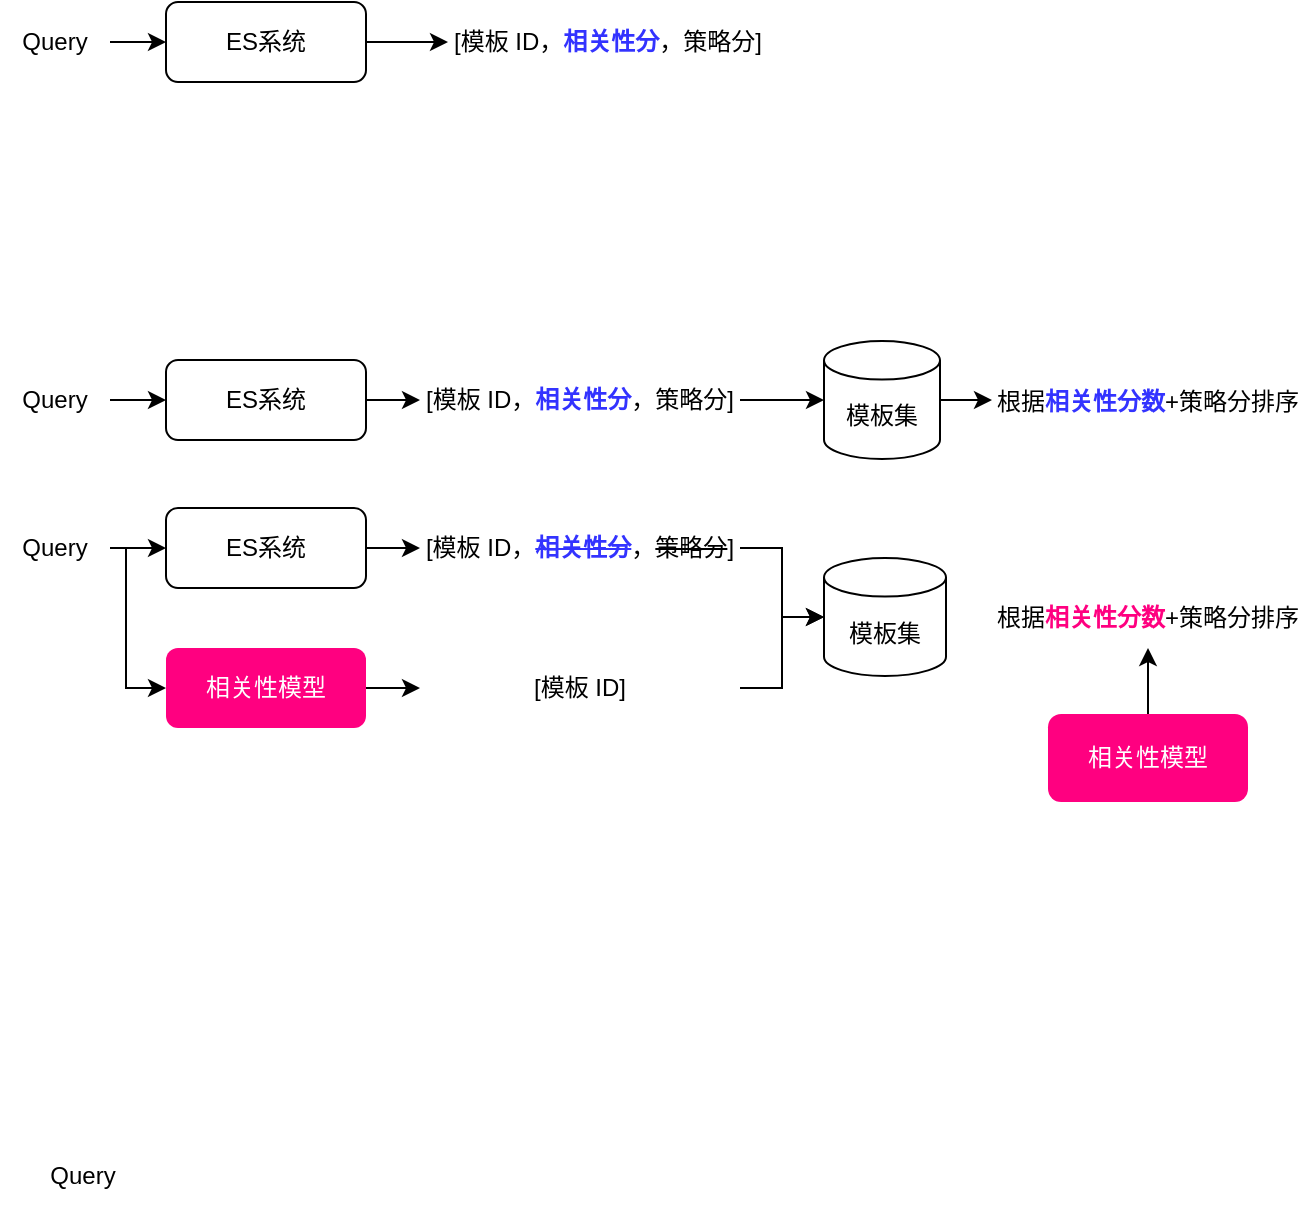
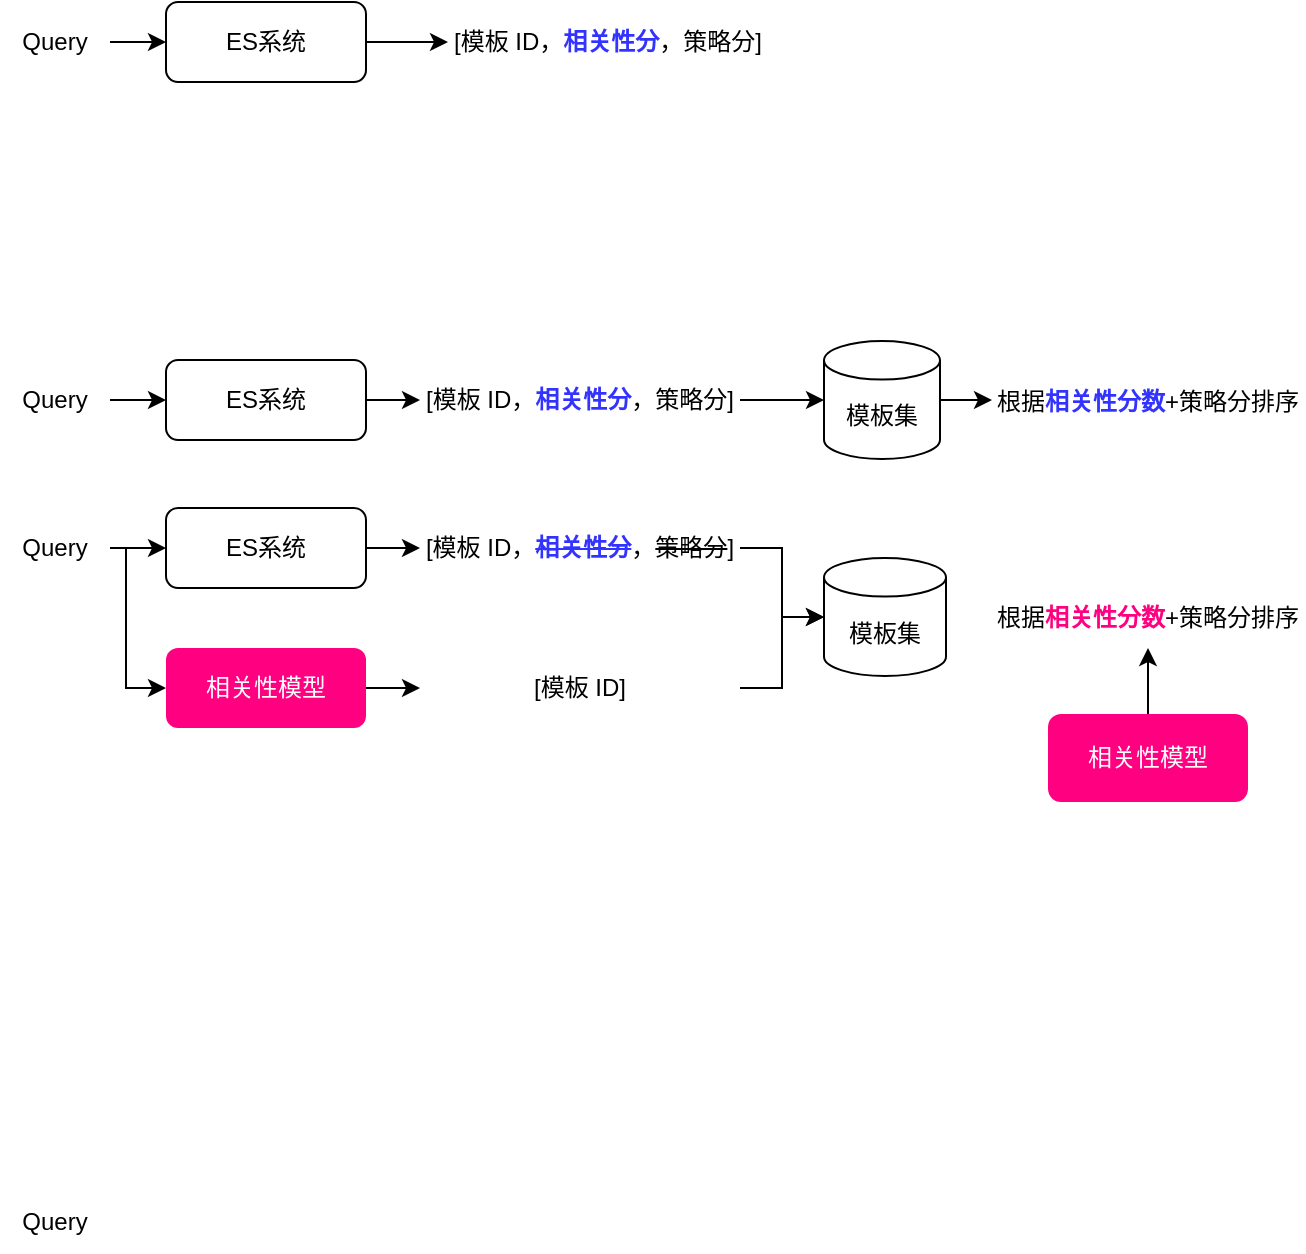
<mxfile host="app.diagrams.net" agent="Mozilla/5.0 (Macintosh; Intel Mac OS X 10_15_7) AppleWebKit/537.36 (KHTML, like Gecko) Chrome/144.0.0.0 Safari/537.36">
  <diagram name="第 1 页" id="uyMwIPwE8jGqM493bscI">
    <mxGraphModel dx="1222" dy="706" grid="0" gridSize="10" guides="1" tooltips="1" connect="1" arrows="1" fold="1" page="0" pageScale="1" pageWidth="827" pageHeight="1169" math="0" shadow="0">
      <root>
        <mxCell id="0" />
        <mxCell id="1" parent="0" />
        <mxCell id="O6CiZJdHcVNpomKDh7BP-5" edge="1" parent="1" source="O6CiZJdHcVNpomKDh7BP-1" style="edgeStyle=orthogonalEdgeStyle;rounded=0;orthogonalLoop=1;jettySize=auto;html=1;" target="O6CiZJdHcVNpomKDh7BP-4" value="">
          <mxGeometry relative="1" as="geometry" />
        </mxCell>
        <mxCell id="O6CiZJdHcVNpomKDh7BP-1" parent="1" style="rounded=1;whiteSpace=wrap;html=1;" value="ES系统" vertex="1">
          <mxGeometry height="40" width="100" x="239" y="200" as="geometry" />
        </mxCell>
        <mxCell id="O6CiZJdHcVNpomKDh7BP-3" edge="1" parent="1" source="O6CiZJdHcVNpomKDh7BP-2" style="edgeStyle=orthogonalEdgeStyle;rounded=0;orthogonalLoop=1;jettySize=auto;html=1;" target="O6CiZJdHcVNpomKDh7BP-1" value="">
          <mxGeometry relative="1" as="geometry" />
        </mxCell>
        <mxCell id="O6CiZJdHcVNpomKDh7BP-2" parent="1" style="text;html=1;whiteSpace=wrap;strokeColor=none;fillColor=none;align=center;verticalAlign=middle;rounded=0;" value="Query" vertex="1">
          <mxGeometry height="30" width="55" x="156" y="205" as="geometry" />
        </mxCell>
        <mxCell id="O6CiZJdHcVNpomKDh7BP-4" parent="1" style="text;html=1;whiteSpace=wrap;strokeColor=none;fillColor=none;align=center;verticalAlign=middle;rounded=0;" value="[模板 ID，&lt;font style=&quot;color: rgb(51, 51, 255);&quot;&gt;&lt;b&gt;相关性分&lt;/b&gt;&lt;/font&gt;，策略分]" vertex="1">
          <mxGeometry height="30" width="160" x="380" y="205" as="geometry" />
        </mxCell>
        <mxCell id="O6CiZJdHcVNpomKDh7BP-6" edge="1" parent="1" source="O6CiZJdHcVNpomKDh7BP-7" style="edgeStyle=orthogonalEdgeStyle;rounded=0;orthogonalLoop=1;jettySize=auto;html=1;" target="O6CiZJdHcVNpomKDh7BP-10" value="">
          <mxGeometry relative="1" as="geometry" />
        </mxCell>
        <mxCell id="O6CiZJdHcVNpomKDh7BP-7" parent="1" style="rounded=1;whiteSpace=wrap;html=1;" value="ES系统" vertex="1">
          <mxGeometry height="40" width="100" x="239" y="379" as="geometry" />
        </mxCell>
        <mxCell id="O6CiZJdHcVNpomKDh7BP-8" edge="1" parent="1" source="O6CiZJdHcVNpomKDh7BP-9" style="edgeStyle=orthogonalEdgeStyle;rounded=0;orthogonalLoop=1;jettySize=auto;html=1;" target="O6CiZJdHcVNpomKDh7BP-7" value="">
          <mxGeometry relative="1" as="geometry" />
        </mxCell>
        <mxCell id="O6CiZJdHcVNpomKDh7BP-9" parent="1" style="text;html=1;whiteSpace=wrap;strokeColor=none;fillColor=none;align=center;verticalAlign=middle;rounded=0;" value="Query" vertex="1">
          <mxGeometry height="30" width="55" x="156" y="384" as="geometry" />
        </mxCell>
        <mxCell id="O6CiZJdHcVNpomKDh7BP-28" edge="1" parent="1" source="O6CiZJdHcVNpomKDh7BP-10" style="edgeStyle=orthogonalEdgeStyle;rounded=0;orthogonalLoop=1;jettySize=auto;html=1;exitX=1;exitY=0.5;exitDx=0;exitDy=0;" target="O6CiZJdHcVNpomKDh7BP-27">
          <mxGeometry relative="1" as="geometry" />
        </mxCell>
        <mxCell id="O6CiZJdHcVNpomKDh7BP-10" parent="1" style="text;html=1;whiteSpace=wrap;strokeColor=none;fillColor=none;align=center;verticalAlign=middle;rounded=0;" value="[模板 ID，&lt;font style=&quot;color: rgb(51, 51, 255);&quot;&gt;&lt;b&gt;相关性分&lt;/b&gt;&lt;/font&gt;，策略分]" vertex="1">
          <mxGeometry height="30" width="160" x="366" y="384" as="geometry" />
        </mxCell>
        <mxCell id="O6CiZJdHcVNpomKDh7BP-14" edge="1" parent="1" source="O6CiZJdHcVNpomKDh7BP-11" style="edgeStyle=orthogonalEdgeStyle;rounded=0;orthogonalLoop=1;jettySize=auto;html=1;" target="O6CiZJdHcVNpomKDh7BP-12" value="">
          <mxGeometry relative="1" as="geometry" />
        </mxCell>
        <mxCell id="O6CiZJdHcVNpomKDh7BP-15" edge="1" parent="1" source="O6CiZJdHcVNpomKDh7BP-11" style="edgeStyle=orthogonalEdgeStyle;rounded=0;orthogonalLoop=1;jettySize=auto;html=1;exitX=1;exitY=0.5;exitDx=0;exitDy=0;entryX=0;entryY=0.5;entryDx=0;entryDy=0;" target="O6CiZJdHcVNpomKDh7BP-18">
          <mxGeometry relative="1" as="geometry">
            <Array as="points">
              <mxPoint x="219" y="473" />
              <mxPoint x="219" y="543" />
              <mxPoint x="239" y="543" />
            </Array>
            <mxPoint x="239" y="543" as="targetPoint" />
          </mxGeometry>
        </mxCell>
        <mxCell id="O6CiZJdHcVNpomKDh7BP-11" parent="1" style="text;html=1;whiteSpace=wrap;strokeColor=none;fillColor=none;align=center;verticalAlign=middle;rounded=0;" value="Query" vertex="1">
          <mxGeometry height="30" width="55" x="156" y="458" as="geometry" />
        </mxCell>
        <mxCell id="O6CiZJdHcVNpomKDh7BP-17" edge="1" parent="1" source="O6CiZJdHcVNpomKDh7BP-12" style="edgeStyle=orthogonalEdgeStyle;rounded=0;orthogonalLoop=1;jettySize=auto;html=1;exitX=1;exitY=0.5;exitDx=0;exitDy=0;entryX=0;entryY=0.5;entryDx=0;entryDy=0;" target="O6CiZJdHcVNpomKDh7BP-16">
          <mxGeometry relative="1" as="geometry" />
        </mxCell>
        <mxCell id="O6CiZJdHcVNpomKDh7BP-12" parent="1" style="rounded=1;whiteSpace=wrap;html=1;" value="ES系统" vertex="1">
          <mxGeometry height="40" width="100" x="239" y="453" as="geometry" />
        </mxCell>
        <mxCell id="O6CiZJdHcVNpomKDh7BP-24" edge="1" parent="1" source="O6CiZJdHcVNpomKDh7BP-16" style="edgeStyle=orthogonalEdgeStyle;rounded=0;orthogonalLoop=1;jettySize=auto;html=1;exitX=1;exitY=0.5;exitDx=0;exitDy=0;" target="O6CiZJdHcVNpomKDh7BP-23">
          <mxGeometry relative="1" as="geometry" />
        </mxCell>
        <mxCell id="O6CiZJdHcVNpomKDh7BP-16" parent="1" style="text;html=1;whiteSpace=wrap;strokeColor=none;fillColor=none;align=center;verticalAlign=middle;rounded=0;" value="[模板 ID，&lt;font style=&quot;color: rgb(51, 51, 255);&quot;&gt;&lt;b&gt;&lt;strike&gt;相关性分&lt;/strike&gt;&lt;/b&gt;&lt;/font&gt;，&lt;strike&gt;策略分&lt;/strike&gt;]" vertex="1">
          <mxGeometry height="30" width="160" x="366" y="458" as="geometry" />
        </mxCell>
        <mxCell id="O6CiZJdHcVNpomKDh7BP-20" edge="1" parent="1" source="O6CiZJdHcVNpomKDh7BP-18" style="edgeStyle=orthogonalEdgeStyle;rounded=0;orthogonalLoop=1;jettySize=auto;html=1;" target="O6CiZJdHcVNpomKDh7BP-19">
          <mxGeometry relative="1" as="geometry" />
        </mxCell>
        <mxCell id="O6CiZJdHcVNpomKDh7BP-18" parent="1" style="rounded=1;whiteSpace=wrap;html=1;strokeColor=none;fontColor=#FFFFFF;fillColor=#FF0080;" value="相关性模型" vertex="1">
          <mxGeometry height="40" width="100" x="239" y="523" as="geometry" />
        </mxCell>
        <mxCell id="O6CiZJdHcVNpomKDh7BP-19" parent="1" style="text;html=1;whiteSpace=wrap;strokeColor=none;fillColor=none;align=center;verticalAlign=middle;rounded=0;" value="[模板 ID]" vertex="1">
          <mxGeometry height="30" width="160" x="366" y="528" as="geometry" />
        </mxCell>
        <mxCell id="O6CiZJdHcVNpomKDh7BP-32" edge="1" parent="1" source="O6CiZJdHcVNpomKDh7BP-21" style="edgeStyle=orthogonalEdgeStyle;rounded=0;orthogonalLoop=1;jettySize=auto;html=1;entryX=0.5;entryY=1;entryDx=0;entryDy=0;" target="O6CiZJdHcVNpomKDh7BP-31">
          <mxGeometry relative="1" as="geometry" />
        </mxCell>
        <mxCell id="O6CiZJdHcVNpomKDh7BP-21" parent="1" style="rounded=1;whiteSpace=wrap;html=1;fillColor=#FF0080;strokeColor=none;fontColor=#FFFFFF;" value="相关性模型" vertex="1">
          <mxGeometry height="44" width="100" x="680" y="556" as="geometry" />
        </mxCell>
        <mxCell id="O6CiZJdHcVNpomKDh7BP-23" parent="1" style="shape=cylinder3;whiteSpace=wrap;html=1;boundedLbl=1;backgroundOutline=1;size=9.647058823529392;" value="模板集" vertex="1">
          <mxGeometry height="59" width="61" x="568" y="478" as="geometry" />
        </mxCell>
        <mxCell id="O6CiZJdHcVNpomKDh7BP-26" edge="1" parent="1" source="O6CiZJdHcVNpomKDh7BP-19" style="edgeStyle=orthogonalEdgeStyle;rounded=0;orthogonalLoop=1;jettySize=auto;html=1;exitX=1;exitY=0.5;exitDx=0;exitDy=0;entryX=0;entryY=0.5;entryDx=0;entryDy=0;entryPerimeter=0;" target="O6CiZJdHcVNpomKDh7BP-23">
          <mxGeometry relative="1" as="geometry" />
        </mxCell>
        <mxCell id="O6CiZJdHcVNpomKDh7BP-30" edge="1" parent="1" source="O6CiZJdHcVNpomKDh7BP-27" style="edgeStyle=orthogonalEdgeStyle;rounded=0;orthogonalLoop=1;jettySize=auto;html=1;exitX=1;exitY=0.5;exitDx=0;exitDy=0;exitPerimeter=0;entryX=0;entryY=0.5;entryDx=0;entryDy=0;" target="O6CiZJdHcVNpomKDh7BP-29">
          <mxGeometry relative="1" as="geometry" />
        </mxCell>
        <mxCell id="O6CiZJdHcVNpomKDh7BP-27" parent="1" style="shape=cylinder3;whiteSpace=wrap;html=1;boundedLbl=1;backgroundOutline=1;size=9.647058823529392;" value="模板集" vertex="1">
          <mxGeometry height="59" width="58" x="568" y="369.5" as="geometry" />
        </mxCell>
        <mxCell id="O6CiZJdHcVNpomKDh7BP-29" parent="1" style="text;html=1;whiteSpace=wrap;strokeColor=none;fillColor=none;align=center;verticalAlign=middle;rounded=0;" value="根据&lt;font style=&quot;color: rgb(51, 51, 255);&quot;&gt;&lt;b&gt;相关性分数&lt;/b&gt;&lt;/font&gt;+策略分排序" vertex="1">
          <mxGeometry height="31" width="156" x="652" y="384" as="geometry" />
        </mxCell>
        <mxCell id="O6CiZJdHcVNpomKDh7BP-31" parent="1" style="text;html=1;whiteSpace=wrap;strokeColor=none;fillColor=none;align=center;verticalAlign=middle;rounded=0;" value="根据&lt;font style=&quot;color: rgb(255, 0, 128);&quot;&gt;&lt;b&gt;相关性分数&lt;/b&gt;&lt;/font&gt;+策略分排序" vertex="1">
          <mxGeometry height="31" width="156" x="652" y="492" as="geometry" />
        </mxCell>
        <mxCell id="GK8AZQt4zVpxBLM8WsAE-1" parent="1" style="text;html=1;whiteSpace=wrap;strokeColor=none;fillColor=none;align=center;verticalAlign=middle;rounded=0;" value="Query" vertex="1">
-           <mxGeometry height="30" width="55" x="170" y="772" as="geometry" />
+           <mxGeometry height="30" width="55" x="156" y="795" as="geometry" />
        </mxCell>
      </root>
    </mxGraphModel>
  </diagram>
</mxfile>
